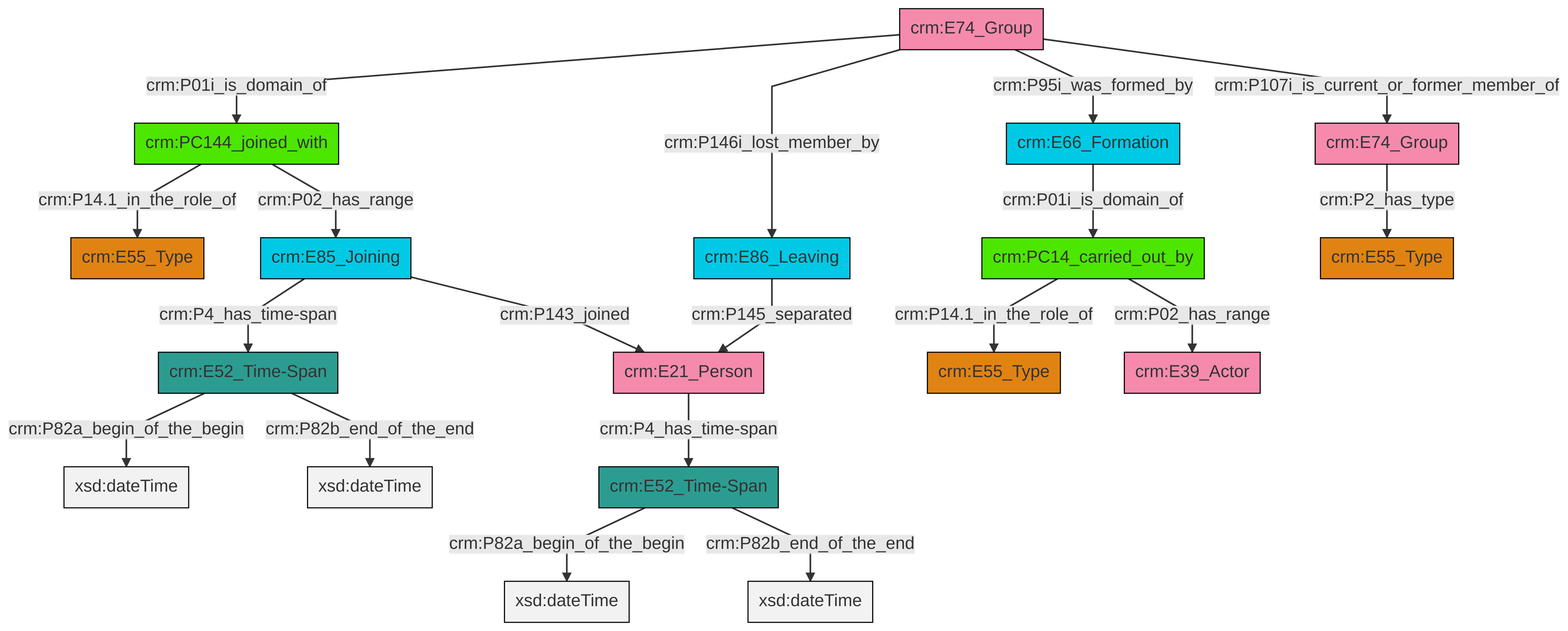
Earlier version of the Mermaid export et/groupCSV/ttl/mmd/png/group_actor_relations.png (ncarboni/srdm). Its source is kept beside it as et/groupCSV/ttl/mmd/group_actor_relations.ttl.mmd.
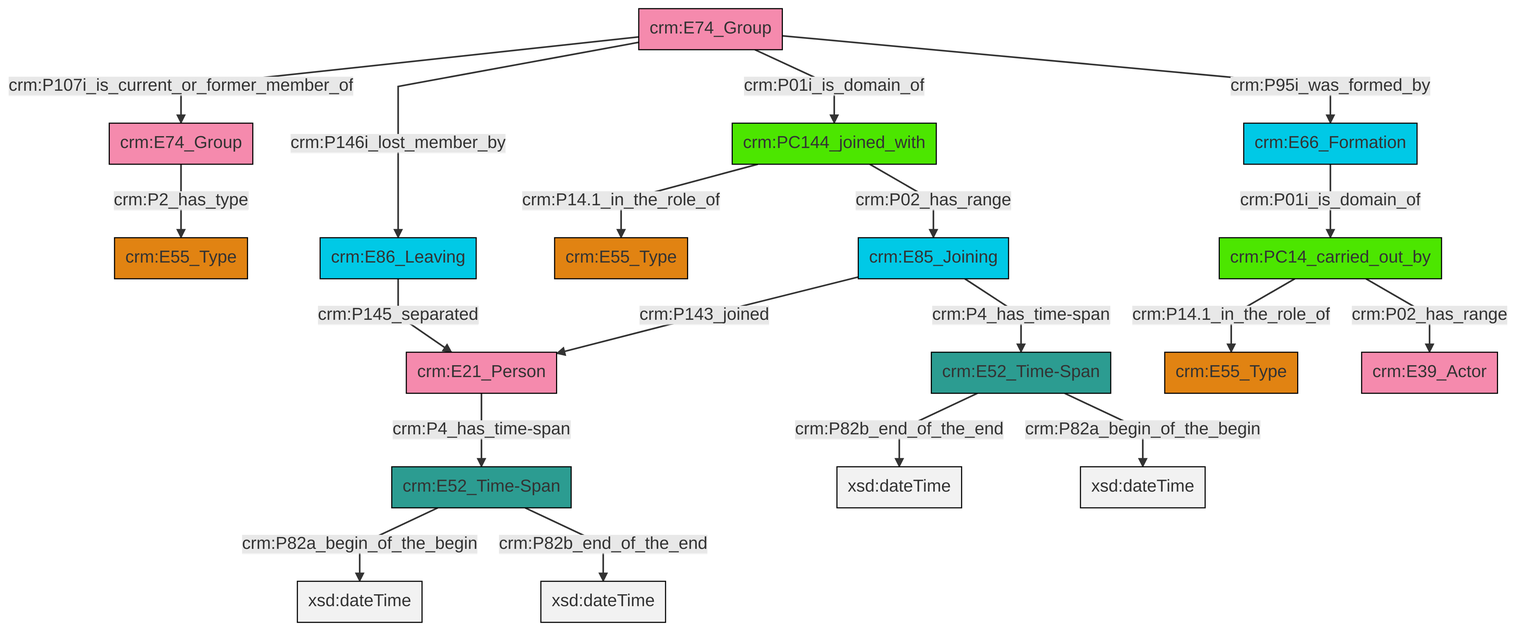
Above is the later version.

Change to the diagram source:
```diff
@@ -13,21 +13,21 @@
 classDef PC_Classes fill:#4ce600, stroke:#000000;
 classDef Multi fill:#cccccc,stroke:#000000;
 
-4["crm:E74_Group"]:::Actor -->|crm:P2_has_type| 5["crm:E55_Type"]:::Type
-8["crm:PC144_joined_with"]:::PC_Classes -->|crm:P14.1_in_the_role_of| 9["crm:E55_Type"]:::Type
-6["crm:PC14_carried_out_by"]:::PC_Classes -->|crm:P14.1_in_the_role_of| 0["crm:E55_Type"]:::Type
-15["crm:E66_Formation"]:::Temporal_Entity -->|crm:P01i_is_domain_of| 6["crm:PC14_carried_out_by"]:::PC_Classes
-13["crm:E74_Group"]:::Actor -->|crm:P01i_is_domain_of| 8["crm:PC144_joined_with"]:::PC_Classes
-18["crm:E52_Time-Span"]:::Time-Span -->|crm:P82a_begin_of_the_begin| 19[xsd:dateTime]:::Literal
-22["crm:E52_Time-Span"]:::Time-Span -->|crm:P82a_begin_of_the_begin| 23[xsd:dateTime]:::Literal
-22["crm:E52_Time-Span"]:::Time-Span -->|crm:P82b_end_of_the_end| 24[xsd:dateTime]:::Literal
-18["crm:E52_Time-Span"]:::Time-Span -->|crm:P82b_end_of_the_end| 25[xsd:dateTime]:::Literal
-2["crm:E85_Joining"]:::Temporal_Entity -->|crm:P4_has_time-span| 18["crm:E52_Time-Span"]:::Time-Span
-13["crm:E74_Group"]:::Actor -->|crm:P146i_lost_member_by| 10["crm:E86_Leaving"]:::Temporal_Entity
-26["crm:E21_Person"]:::Actor -->|crm:P4_has_time-span| 22["crm:E52_Time-Span"]:::Time-Span
-2["crm:E85_Joining"]:::Temporal_Entity -->|crm:P143_joined| 26["crm:E21_Person"]:::Actor
-13["crm:E74_Group"]:::Actor -->|crm:P95i_was_formed_by| 15["crm:E66_Formation"]:::Temporal_Entity
+0["crm:E86_Leaving"]:::Temporal_Entity -->|crm:P145_separated| 10["crm:E21_Person"]:::Actor
+12["crm:E52_Time-Span"]:::Time-Span -->|crm:P82a_begin_of_the_begin| 13[xsd:dateTime]:::Literal
+18["crm:PC144_joined_with"]:::PC_Classes -->|crm:P14.1_in_the_role_of| 19["crm:E55_Type"]:::Type
+20["crm:E52_Time-Span"]:::Time-Span -->|crm:P82b_end_of_the_end| 21[xsd:dateTime]:::Literal
+12["crm:E52_Time-Span"]:::Time-Span -->|crm:P82b_end_of_the_end| 22[xsd:dateTime]:::Literal
+20["crm:E52_Time-Span"]:::Time-Span -->|crm:P82a_begin_of_the_begin| 23[xsd:dateTime]:::Literal
+24["crm:E74_Group"]:::Actor -->|crm:P2_has_type| 4["crm:E55_Type"]:::Type
+26["crm:E85_Joining"]:::Temporal_Entity -->|crm:P143_joined| 10["crm:E21_Person"]:::Actor
+6["crm:PC14_carried_out_by"]:::PC_Classes -->|crm:P14.1_in_the_role_of| 8["crm:E55_Type"]:::Type
+18["crm:PC144_joined_with"]:::PC_Classes -->|crm:P02_has_range| 26["crm:E85_Joining"]:::Temporal_Entity
+29["crm:E74_Group"]:::Actor -->|crm:P107i_is_current_or_former_member_of| 24["crm:E74_Group"]:::Actor
+29["crm:E74_Group"]:::Actor -->|crm:P146i_lost_member_by| 0["crm:E86_Leaving"]:::Temporal_Entity
 6["crm:PC14_carried_out_by"]:::PC_Classes -->|crm:P02_has_range| 16["crm:E39_Actor"]:::Actor
-10["crm:E86_Leaving"]:::Temporal_Entity -->|crm:P145_separated| 26["crm:E21_Person"]:::Actor
-8["crm:PC144_joined_with"]:::PC_Classes -->|crm:P02_has_range| 2["crm:E85_Joining"]:::Temporal_Entity
-13["crm:E74_Group"]:::Actor -->|crm:P107i_is_current_or_former_member_of| 4["crm:E74_Group"]:::Actor
+10["crm:E21_Person"]:::Actor -->|crm:P4_has_time-span| 12["crm:E52_Time-Span"]:::Time-Span
+29["crm:E74_Group"]:::Actor -->|crm:P01i_is_domain_of| 18["crm:PC144_joined_with"]:::PC_Classes
+26["crm:E85_Joining"]:::Temporal_Entity -->|crm:P4_has_time-span| 20["crm:E52_Time-Span"]:::Time-Span
+29["crm:E74_Group"]:::Actor -->|crm:P95i_was_formed_by| 2["crm:E66_Formation"]:::Temporal_Entity
+2["crm:E66_Formation"]:::Temporal_Entity -->|crm:P01i_is_domain_of| 6["crm:PC14_carried_out_by"]:::PC_Classes
```
